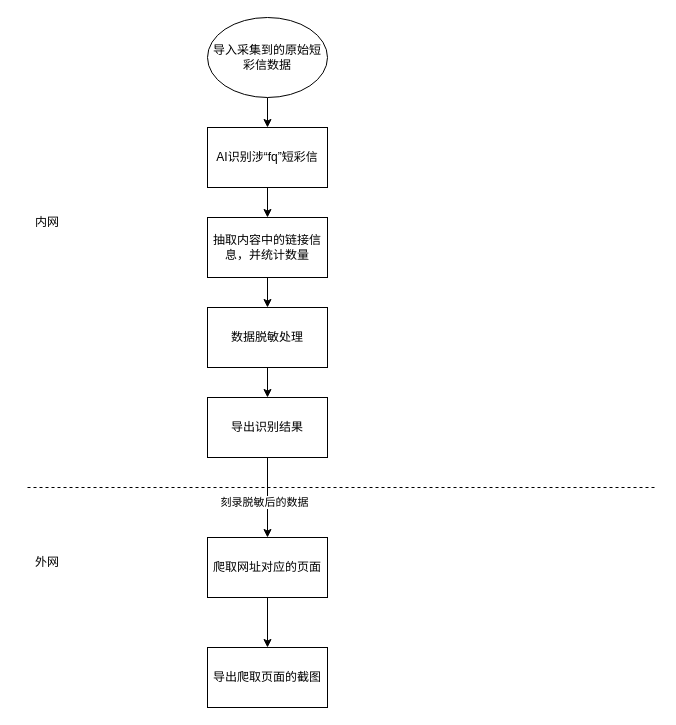
Above: dcx/基本设计概念和处理流程.drawio in zwnop/draw-io-repo (draw.io), before the change. Source tidied: cells renumbered, new cells numbered last; positions are measured from the earlier drawing's top-left corner, leaving out a move shared by most shapes. Both pictures are drawn from the tidied source at 100%, with x=0, y=0 at pixel (17, 17).
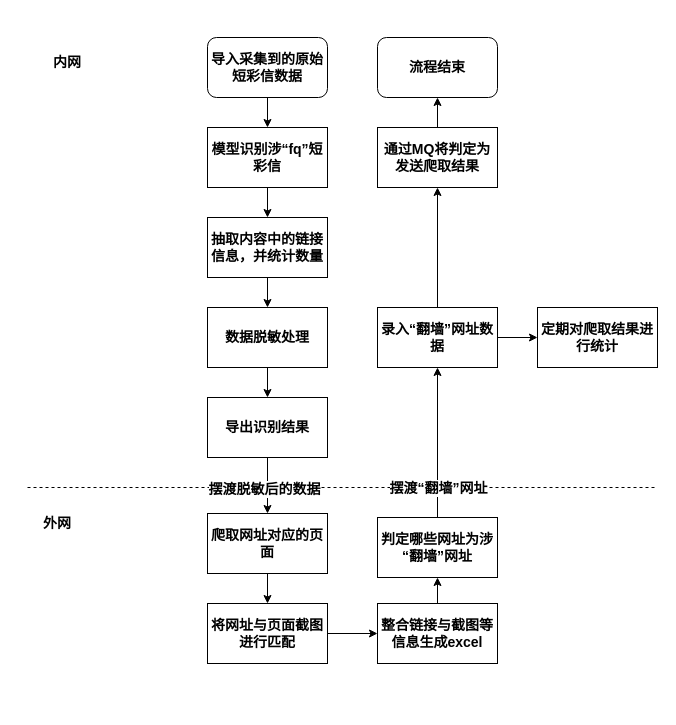
The same page after the edit.

Commit message (it also covers changes not shown here):
更新基本设计概念和处理流程.drawio

Change to the diagram source:
```diff
@@
-    <mxCell id="2" style="edgeStyle=orthogonalEdgeStyle;rounded=0;jettySize=auto;html=1;exitX=0.5;exitY=1;exitDx=0;exitDy=0;entryX=0.5;entryY=0;entryDx=0;entryDy=0;" parent="1" edge="1" source="3" target="12">
+    <mxCell id="2" style="edgeStyle=orthogonalEdgeStyle;rounded=0;jettySize=auto;html=1;exitX=0.5;exitY=1;exitDx=0;exitDy=0;entryX=0.5;entryY=0;entryDx=0;entryDy=0;fontSize=14;fontStyle=1;" parent="1" edge="1" source="3" target="12">
       <mxGeometry relative="1" as="geometry" />
     </mxCell>
-    <mxCell id="3" value="AI识别涉“fq”短彩信" style="rounded=0;whiteSpace=wrap;html=1;" parent="1" vertex="1">
+    <mxCell id="3" value="模型识别涉“fq”短彩信" style="rounded=0;whiteSpace=wrap;html=1;fontSize=14;fontStyle=1;" parent="1" vertex="1">
       <mxGeometry x="190" y="110" width="120" height="60" as="geometry" />
     </mxCell>
-    <mxCell id="4" style="edgeStyle=orthogonalEdgeStyle;rounded=0;jettySize=auto;html=1;exitX=0.5;exitY=1;exitDx=0;exitDy=0;entryX=0.5;entryY=0;entryDx=0;entryDy=0;" parent="1" edge="1" source="5" target="3">
+    <mxCell id="4" style="edgeStyle=orthogonalEdgeStyle;rounded=0;jettySize=auto;html=1;entryX=0.5;entryY=0;entryDx=0;entryDy=0;exitX=0.5;exitY=1;exitDx=0;exitDy=0;fontSize=14;fontStyle=1;" parent="1" edge="1" source="5" target="3">
       <mxGeometry relative="1" as="geometry" />
     </mxCell>
-    <mxCell id="5" value="导入采集到的原始短彩信数据" style="ellipse;whiteSpace=wrap;html=1;" parent="1" vertex="1">
-      <mxGeometry x="190" width="120" height="80" as="geometry" />
-    </mxCell>
-    <mxCell id="6" style="edgeStyle=orthogonalEdgeStyle;rounded=0;jettySize=auto;html=1;" parent="1" edge="1" source="7" target="18">
+    <mxCell id="6" style="edgeStyle=orthogonalEdgeStyle;rounded=0;jettySize=auto;html=1;fontSize=14;fontStyle=1;" parent="1" edge="1" source="7" target="18">
       <mxGeometry relative="1" as="geometry" />
     </mxCell>
-    <mxCell id="7" value="爬取网址对应的页面" style="rounded=0;whiteSpace=wrap;html=1;" parent="1" vertex="1">
-      <mxGeometry x="190" y="520" width="120" height="60" as="geometry" />
+    <mxCell id="7" value="爬取网址对应的页面" style="rounded=0;whiteSpace=wrap;html=1;fontSize=14;fontStyle=1;" parent="1" vertex="1">
+      <mxGeometry x="190" y="496" width="120" height="60" as="geometry" />
     </mxCell>
-    <mxCell id="8" style="endArrow=none;dashed=1;html=1;rounded=0;" parent="1" edge="1">
+    <mxCell id="8" style="endArrow=none;dashed=1;html=1;rounded=0;fontSize=14;fontStyle=1;" parent="1" edge="1">
       <mxGeometry relative="1" as="geometry">
         <mxPoint x="10" y="470" as="sourcePoint" />
         <mxPoint x="640" y="470" as="targetPoint" />
       </mxGeometry>
     </mxCell>
-    <mxCell id="9" value="外网" style="text;html=1;align=center;verticalAlign=middle;whiteSpace=wrap;rounded=0;" parent="1" vertex="1">
-      <mxGeometry y="530" width="60" height="30" as="geometry" />
+    <mxCell id="9" value="外网" style="text;html=1;align=center;verticalAlign=middle;whiteSpace=wrap;rounded=0;fontSize=14;fontStyle=1;" parent="1" vertex="1">
+      <mxGeometry x="10" y="491" width="60" height="30" as="geometry" />
     </mxCell>
-    <mxCell id="10" value="内网" style="text;html=1;align=center;verticalAlign=middle;whiteSpace=wrap;rounded=0;" parent="1" vertex="1">
-      <mxGeometry y="190" width="60" height="30" as="geometry" />
+    <mxCell id="10" value="内网" style="text;html=1;align=center;verticalAlign=middle;whiteSpace=wrap;rounded=0;fontSize=14;fontStyle=1;" parent="1" vertex="1">
+      <mxGeometry x="20" y="30" width="60" height="30" as="geometry" />
     </mxCell>
-    <mxCell id="11" style="edgeStyle=orthogonalEdgeStyle;rounded=0;jettySize=auto;html=1;" parent="1" edge="1" source="12" target="14">
+    <mxCell id="11" style="edgeStyle=orthogonalEdgeStyle;rounded=0;jettySize=auto;html=1;fontSize=14;fontStyle=1;" parent="1" edge="1" source="12" target="14">
       <mxGeometry relative="1" as="geometry" />
     </mxCell>
-    <mxCell id="12" value="抽取内容中的链接信息，并统计数量" style="rounded=0;whiteSpace=wrap;html=1;" parent="1" vertex="1">
+    <mxCell id="12" value="抽取内容中的链接信息，并统计数量" style="rounded=0;whiteSpace=wrap;html=1;fontSize=14;fontStyle=1;" parent="1" vertex="1">
       <mxGeometry x="190" y="200" width="120" height="60" as="geometry" />
     </mxCell>
-    <mxCell id="13" style="edgeStyle=orthogonalEdgeStyle;rounded=0;jettySize=auto;html=1;" parent="1" edge="1" source="14" target="17">
+    <mxCell id="13" style="edgeStyle=orthogonalEdgeStyle;rounded=0;jettySize=auto;html=1;fontSize=14;fontStyle=1;" parent="1" edge="1" source="14" target="17">
       <mxGeometry relative="1" as="geometry" />
     </mxCell>
-    <mxCell id="14" value="数据脱敏处理" style="rounded=0;whiteSpace=wrap;html=1;" parent="1" vertex="1">
+    <mxCell id="14" value="数据脱敏处理" style="rounded=0;whiteSpace=wrap;html=1;fontSize=14;fontStyle=1;" parent="1" vertex="1">
       <mxGeometry x="190" y="290" width="120" height="60" as="geometry" />
     </mxCell>
-    <mxCell id="15" style="edgeStyle=orthogonalEdgeStyle;rounded=0;jettySize=auto;html=1;exitX=0.5;exitY=1;exitDx=0;exitDy=0;" parent="1" edge="1" source="17" target="7">
+    <mxCell id="15" style="edgeStyle=orthogonalEdgeStyle;rounded=0;jettySize=auto;html=1;exitX=0.5;exitY=1;exitDx=0;exitDy=0;fontSize=14;fontStyle=1;" parent="1" edge="1" source="17" target="7">
       <mxGeometry relative="1" as="geometry" />
     </mxCell>
-    <mxCell id="16" value="刻录脱敏后的数据" style="edgeLabel;html=1;align=center;verticalAlign=middle;" parent="15" vertex="1">
+    <mxCell id="16" value="&lt;span&gt;&lt;font&gt;摆渡脱敏后的数据&lt;/font&gt;&lt;/span&gt;" style="edgeLabel;html=1;align=center;verticalAlign=middle;fontSize=14;fontStyle=1;" parent="15" vertex="1">
       <mxGeometry x="0.1" y="-4" relative="1" as="geometry" />
     </mxCell>
-    <mxCell id="17" value="导出识别结果" style="rounded=0;whiteSpace=wrap;html=1;" parent="1" vertex="1">
+    <mxCell id="17" value="导出识别结果" style="rounded=0;whiteSpace=wrap;html=1;fontSize=14;fontStyle=1;" parent="1" vertex="1">
       <mxGeometry x="190" y="380" width="120" height="60" as="geometry" />
     </mxCell>
+    <mxCell id="19" style="edgeStyle=orthogonalEdgeStyle;rounded=0;jettySize=auto;html=1;fontSize=14;fontStyle=1;" parent="1" edge="1" source="18" target="21">
+      <mxGeometry relative="1" as="geometry" />
+    </mxCell>
-    <mxCell id="18" value="导出爬取页面的截图" style="rounded=0;whiteSpace=wrap;html=1;" parent="1" vertex="1">
-      <mxGeometry x="190" y="630" width="120" height="60" as="geometry" />
+    <mxCell id="18" value="将网址与页面截图进行匹配" style="rounded=0;whiteSpace=wrap;html=1;fontSize=14;fontStyle=1;" parent="1" vertex="1">
+      <mxGeometry x="190" y="586" width="120" height="60" as="geometry" />
     </mxCell>
+    <mxCell id="20" style="edgeStyle=orthogonalEdgeStyle;rounded=0;jettySize=auto;html=1;fontSize=14;fontStyle=1;" parent="1" edge="1" source="21" target="27">
+      <mxGeometry relative="1" as="geometry" />
+    </mxCell>
+    <mxCell id="21" value="整合链接与截图等信息生成excel" style="rounded=0;whiteSpace=wrap;html=1;fontSize=14;fontStyle=1;" parent="1" vertex="1">
+      <mxGeometry x="360" y="586" width="120" height="60" as="geometry" />
+    </mxCell>
+    <mxCell id="22" style="edgeStyle=orthogonalEdgeStyle;rounded=0;jettySize=auto;html=1;fontSize=14;fontStyle=1;" parent="1" edge="1" source="24" target="29">
+      <mxGeometry relative="1" as="geometry" />
+    </mxCell>
+    <mxCell id="23" style="edgeStyle=orthogonalEdgeStyle;rounded=0;jettySize=auto;html=1;fontSize=14;fontStyle=1;" parent="1" edge="1" source="24" target="30">
+      <mxGeometry relative="1" as="geometry" />
+    </mxCell>
+    <mxCell id="24" value="录入“翻墙”网址数据" style="rounded=0;whiteSpace=wrap;html=1;fontSize=14;fontStyle=1;" parent="1" vertex="1">
+      <mxGeometry x="360" y="290" width="120" height="60" as="geometry" />
+    </mxCell>
+    <mxCell id="25" style="edgeStyle=orthogonalEdgeStyle;rounded=0;jettySize=auto;html=1;entryX=0.5;entryY=1;entryDx=0;entryDy=0;fontSize=14;fontStyle=1;" parent="1" edge="1" source="27" target="24">
+      <mxGeometry relative="1" as="geometry" />
+    </mxCell>
+    <mxCell id="26" value="&lt;span style=&quot;font-size: 14px; font-weight: 700;&quot;&gt;摆渡“翻墙”网址&lt;/span&gt;" style="edgeLabel;html=1;align=center;verticalAlign=middle;" parent="25" vertex="1">
+      <mxGeometry x="-0.17" y="-3" relative="1" as="geometry">
+        <mxPoint x="-3" y="32" as="offset" />
+      </mxGeometry>
+    </mxCell>
+    <mxCell id="27" value="判定哪些网址为涉“翻墙”网址" style="rounded=0;whiteSpace=wrap;html=1;fontSize=14;fontStyle=1;" parent="1" vertex="1">
+      <mxGeometry x="360" y="500" width="120" height="60" as="geometry" />
+    </mxCell>
+    <mxCell id="28" style="edgeStyle=orthogonalEdgeStyle;rounded=0;jettySize=auto;html=1;exitX=0.5;exitY=0;exitDx=0;exitDy=0;entryX=0.5;entryY=1;entryDx=0;entryDy=0;fontSize=14;fontStyle=1;" parent="1" edge="1" source="29" target="31">
+      <mxGeometry relative="1" as="geometry" />
+    </mxCell>
+    <mxCell id="29" value="通过MQ将判定为发送爬取结果" style="rounded=0;whiteSpace=wrap;html=1;fontSize=14;fontStyle=1;" parent="1" vertex="1">
+      <mxGeometry x="360" y="110" width="120" height="60" as="geometry" />
+    </mxCell>
+    <mxCell id="30" value="定期对爬取结果进行统计" style="rounded=0;whiteSpace=wrap;html=1;fontSize=14;fontStyle=1;" parent="1" vertex="1">
+      <mxGeometry x="520" y="290" width="120" height="60" as="geometry" />
+    </mxCell>
+    <mxCell id="5" value="导入采集到的原始短彩信数据" style="rounded=1;whiteSpace=wrap;html=1;fontSize=14;fontStyle=1;" parent="1" vertex="1">
+      <mxGeometry x="190" y="20" width="120" height="60" as="geometry" />
+    </mxCell>
+    <mxCell id="31" value="流程结束" style="rounded=1;whiteSpace=wrap;html=1;fontSize=14;fontStyle=1;" parent="1" vertex="1">
+      <mxGeometry x="360" y="20" width="120" height="60" as="geometry" />
+    </mxCell>
```
